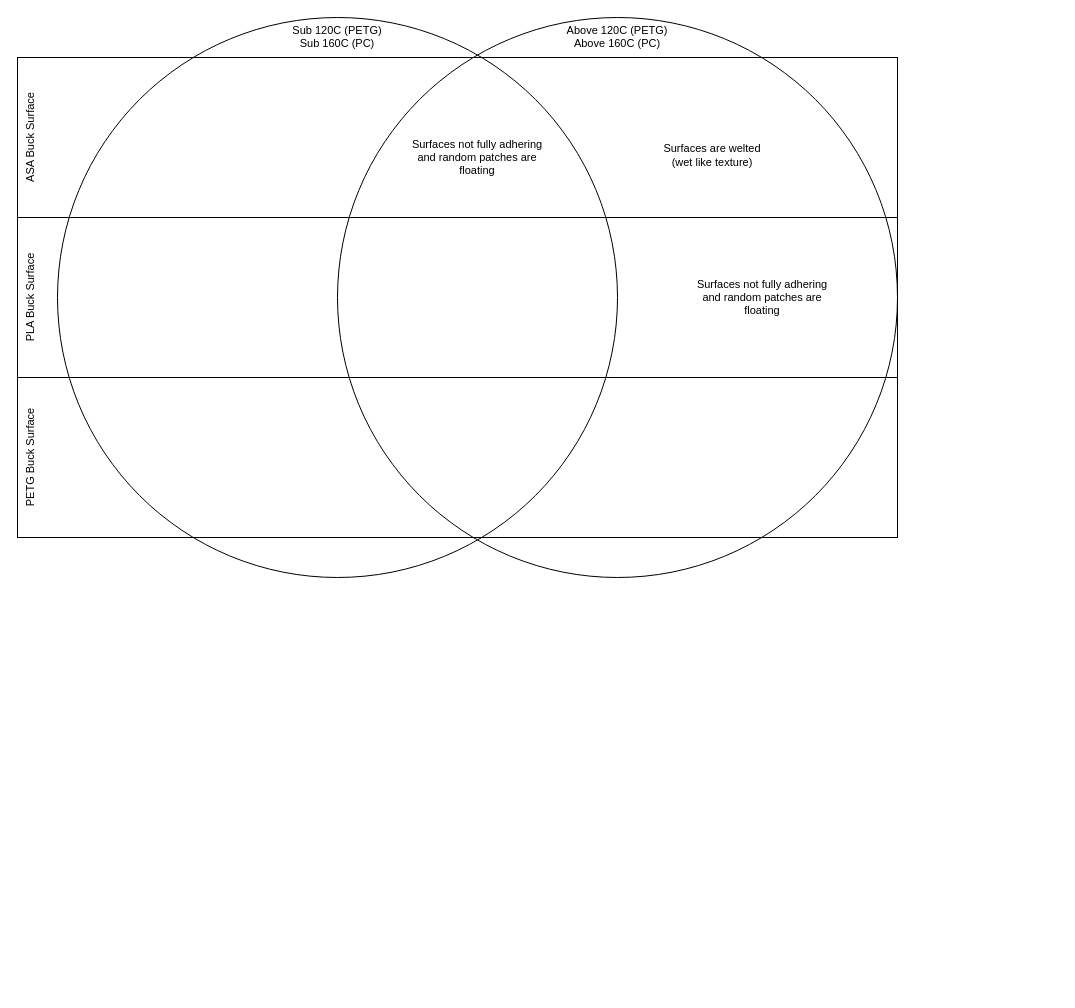
Above: page "Issues" (1 of 3) of Documents/Vacuum Forming Processes.drawio in Cyberspecies/Synth-Head (draw.io), before the change. Source tidied: cells renumbered, new cells numbered last; positions are measured from the earlier drawing's top-left corner, leaving out a move shared by most shapes. Both pictures are drawn from the tidied source at 100%, with x=0, y=0 at pixel (17, 17).
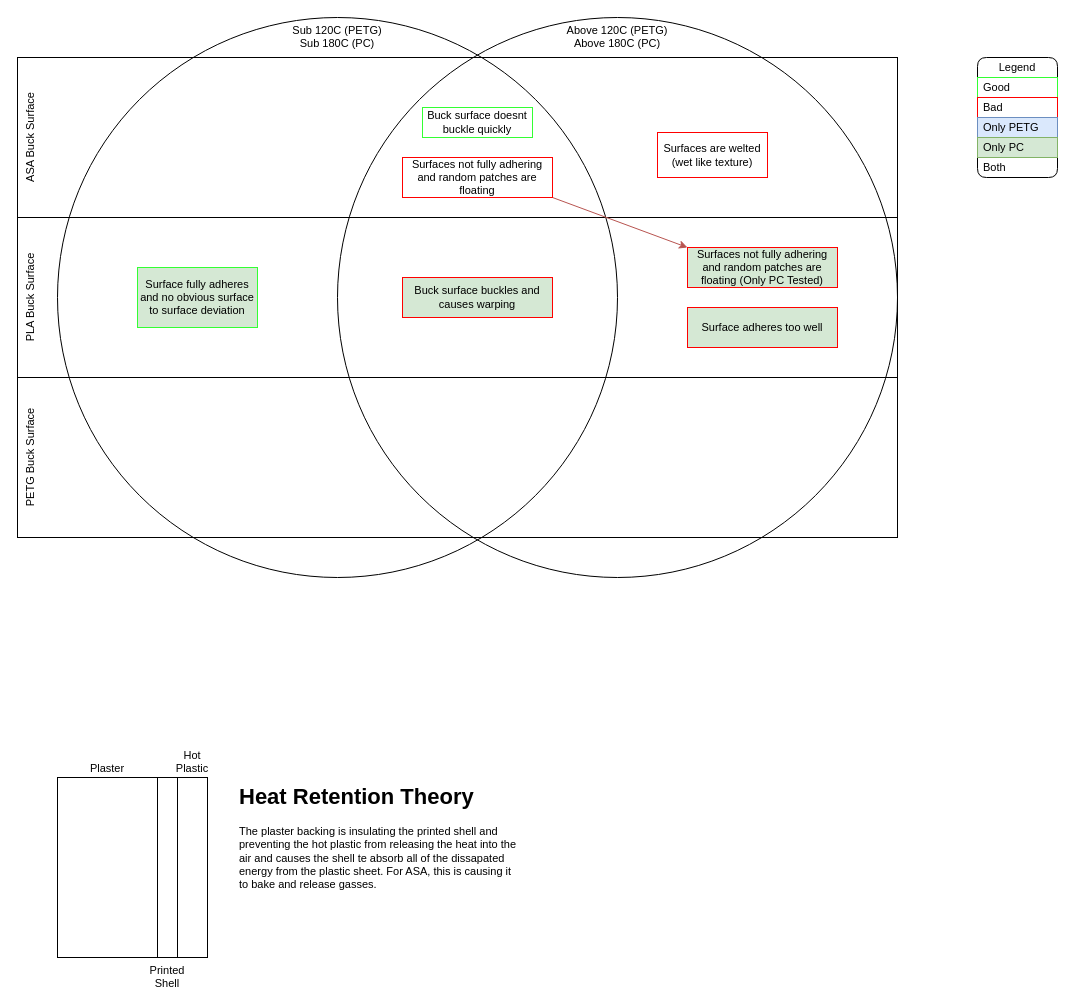
Above is the later version.

Commit message:
Added Error observations

What changed in the source:
```diff
@@
-    <mxCell id="5" value="Sub 120C (PETG)&lt;div&gt;Sub 160C (PC)&lt;/div&gt;" style="ellipse;whiteSpace=wrap;html=1;fontFamily=Helvetica;fontSize=11;fontColor=default;labelBackgroundColor=default;fillColor=none;verticalAlign=top;" parent="1" vertex="1">
+    <mxCell id="5" value="Sub 120C (PETG)&lt;div&gt;Sub 180C (PC)&lt;/div&gt;" style="ellipse;whiteSpace=wrap;html=1;fontFamily=Helvetica;fontSize=11;fontColor=default;labelBackgroundColor=default;fillColor=none;verticalAlign=top;" parent="1" vertex="1">
       <mxGeometry x="40" width="560" height="560" as="geometry" />
     </mxCell>
+    <mxCell id="10" value="Surface fully adheres and no obvious surface to surface deviation" style="rounded=0;whiteSpace=wrap;html=1;fontFamily=Helvetica;fontSize=11;labelBackgroundColor=none;strokeColor=#33FF33;fillColor=#d5e8d4;" parent="5" vertex="1">
+      <mxGeometry x="80" y="250" width="120" height="60" as="geometry" />
+    </mxCell>
-    <mxCell id="6" value="Above 120C (PETG)&lt;br&gt;Above 160C (PC)" style="ellipse;whiteSpace=wrap;html=1;fontFamily=Helvetica;fontSize=11;fontColor=default;labelBackgroundColor=default;fillColor=none;verticalAlign=top;" parent="1" vertex="1">
+    <mxCell id="6" value="Above 120C (PETG)&lt;br&gt;Above 180C (PC)" style="ellipse;whiteSpace=wrap;html=1;fontFamily=Helvetica;fontSize=11;fontColor=default;labelBackgroundColor=default;fillColor=none;verticalAlign=top;" parent="1" vertex="1">
       <mxGeometry x="320" width="560" height="560" as="geometry" />
     </mxCell>
+    <mxCell id="11" style="edgeStyle=none;shape=connector;rounded=0;jettySize=auto;html=1;exitX=1;exitY=1;exitDx=0;exitDy=0;entryX=0;entryY=0;entryDx=0;entryDy=0;strokeColor=#b85450;align=center;verticalAlign=middle;fontFamily=Helvetica;fontSize=11;fontColor=default;labelBackgroundColor=default;endArrow=classic;fillColor=#f8cecc;" parent="6" edge="1" source="7" target="9">
+      <mxGeometry relative="1" as="geometry" />
+    </mxCell>
-    <mxCell id="7" value="Surfaces not fully adhering and random patches are floating" style="text;html=1;whiteSpace=wrap;strokeColor=none;fillColor=none;align=center;verticalAlign=middle;rounded=0;fontFamily=Helvetica;fontSize=11;fontColor=default;labelBackgroundColor=default;" parent="6" vertex="1">
-      <mxGeometry x="65" y="120" width="150" height="40" as="geometry" />
+    <mxCell id="7" value="Surfaces not fully adhering and random patches are floating" style="text;html=1;whiteSpace=wrap;strokeColor=#FF0000;fillColor=none;align=center;verticalAlign=middle;rounded=0;fontFamily=Helvetica;fontSize=11;fontColor=default;labelBackgroundColor=none;" parent="6" vertex="1">
+      <mxGeometry x="65" y="140" width="150" height="40" as="geometry" />
     </mxCell>
-    <mxCell id="8" value="Surfaces are welted (wet like texture)" style="text;html=1;whiteSpace=wrap;strokeColor=none;fillColor=none;align=center;verticalAlign=middle;rounded=0;fontFamily=Helvetica;fontSize=11;fontColor=default;labelBackgroundColor=default;" parent="6" vertex="1">
+    <mxCell id="8" value="Surfaces are welted (wet like texture)" style="text;html=1;whiteSpace=wrap;strokeColor=#FF0000;fillColor=none;align=center;verticalAlign=middle;rounded=0;fontFamily=Helvetica;fontSize=11;fontColor=default;labelBackgroundColor=none;" parent="6" vertex="1">
       <mxGeometry x="320" y="115" width="110" height="45" as="geometry" />
     </mxCell>
-    <mxCell id="9" value="Surfaces not fully adhering and random patches are floating" style="text;html=1;whiteSpace=wrap;strokeColor=none;fillColor=none;align=center;verticalAlign=middle;rounded=0;fontFamily=Helvetica;fontSize=11;fontColor=default;labelBackgroundColor=default;" parent="6" vertex="1">
-      <mxGeometry x="350" y="260" width="150" height="40" as="geometry" />
+    <mxCell id="9" value="Surfaces not fully adhering and random patches are floating (Only PC Tested)" style="text;html=1;whiteSpace=wrap;strokeColor=#FF0000;fillColor=#d5e8d4;align=center;verticalAlign=middle;rounded=0;fontFamily=Helvetica;fontSize=11;labelBackgroundColor=none;" parent="6" vertex="1">
+      <mxGeometry x="350" y="230" width="150" height="40" as="geometry" />
     </mxCell>
+    <mxCell id="12" value="Buck surface doesnt buckle quickly" style="rounded=0;whiteSpace=wrap;html=1;fontFamily=Helvetica;fontSize=11;labelBackgroundColor=none;strokeColor=#33FF33;" parent="6" vertex="1">
+      <mxGeometry x="85" y="90" width="110" height="30" as="geometry" />
+    </mxCell>
+    <mxCell id="13" value="Buck surface buckles and causes warping" style="text;html=1;whiteSpace=wrap;strokeColor=#FF0000;fillColor=#d5e8d4;align=center;verticalAlign=middle;rounded=0;fontFamily=Helvetica;fontSize=11;labelBackgroundColor=none;" parent="6" vertex="1">
+      <mxGeometry x="65" y="260" width="150" height="40" as="geometry" />
+    </mxCell>
+    <mxCell id="14" value="Surface adheres too well" style="text;html=1;whiteSpace=wrap;strokeColor=#FF0000;fillColor=#d5e8d4;align=center;verticalAlign=middle;rounded=0;fontFamily=Helvetica;fontSize=11;labelBackgroundColor=none;" parent="6" vertex="1">
+      <mxGeometry x="350" y="290" width="150" height="40" as="geometry" />
+    </mxCell>
+    <mxCell id="15" value="Legend" style="swimlane;fontStyle=0;horizontal=1;startSize=20;whiteSpace=wrap;html=1;rounded=1;fontFamily=Helvetica;fontSize=11;fontColor=default;labelBackgroundColor=default;" parent="1" vertex="1">
+      <mxGeometry x="960" y="40" width="80" height="120" as="geometry" />
+    </mxCell>
+    <mxCell id="16" value="Good" style="text;strokeColor=#33FF33;fillColor=none;align=left;verticalAlign=middle;spacingLeft=4;spacingRight=4;overflow=hidden;whiteSpace=wrap;html=1;fontFamily=Helvetica;fontSize=11;fontColor=default;labelBackgroundColor=none;" parent="15" vertex="1">
+      <mxGeometry y="20" width="80" height="20" as="geometry" />
+    </mxCell>
+    <mxCell id="17" value="Bad" style="text;strokeColor=#FF0000;fillColor=none;align=left;verticalAlign=middle;spacingLeft=4;spacingRight=4;overflow=hidden;whiteSpace=wrap;html=1;fontFamily=Helvetica;fontSize=11;fontColor=default;labelBackgroundColor=none;" parent="15" vertex="1">
+      <mxGeometry y="40" width="80" height="20" as="geometry" />
+    </mxCell>
+    <mxCell id="18" value="Only PETG" style="text;strokeColor=#6c8ebf;fillColor=#dae8fc;align=left;verticalAlign=middle;spacingLeft=4;spacingRight=4;overflow=hidden;whiteSpace=wrap;html=1;fontFamily=Helvetica;fontSize=11;labelBackgroundColor=none;" parent="15" vertex="1">
+      <mxGeometry y="60" width="80" height="20" as="geometry" />
+    </mxCell>
+    <mxCell id="19" value="Only PC" style="text;strokeColor=#82b366;fillColor=#d5e8d4;align=left;verticalAlign=middle;spacingLeft=4;spacingRight=4;overflow=hidden;whiteSpace=wrap;html=1;fontFamily=Helvetica;fontSize=11;labelBackgroundColor=none;" parent="15" vertex="1">
+      <mxGeometry y="80" width="80" height="20" as="geometry" />
+    </mxCell>
+    <mxCell id="20" value="Both" style="text;strokeColor=none;fillColor=none;align=left;verticalAlign=middle;spacingLeft=4;spacingRight=4;overflow=hidden;whiteSpace=wrap;html=1;fontFamily=Helvetica;fontSize=11;fontColor=default;labelBackgroundColor=none;" parent="15" vertex="1">
+      <mxGeometry y="100" width="80" height="20" as="geometry" />
+    </mxCell>
+    <mxCell id="21" value="Hot Plastic" style="rounded=0;whiteSpace=wrap;html=1;fontFamily=Helvetica;fontSize=11;fontColor=default;labelBackgroundColor=default;verticalAlign=bottom;labelPosition=center;verticalLabelPosition=top;align=center;" parent="1" vertex="1">
+      <mxGeometry x="160" y="760" width="30" height="180" as="geometry" />
+    </mxCell>
+    <mxCell id="22" value="Printed Shell" style="rounded=0;whiteSpace=wrap;html=1;fontFamily=Helvetica;fontSize=11;fontColor=default;labelBackgroundColor=default;verticalAlign=top;labelPosition=center;verticalLabelPosition=bottom;align=center;" parent="1" vertex="1">
+      <mxGeometry x="140" y="760" width="20" height="180" as="geometry" />
+    </mxCell>
+    <mxCell id="23" value="Plaster" style="rounded=0;whiteSpace=wrap;html=1;fontFamily=Helvetica;fontSize=11;fontColor=default;labelBackgroundColor=default;verticalAlign=bottom;labelPosition=center;verticalLabelPosition=top;align=center;" parent="1" vertex="1">
+      <mxGeometry x="40" y="760" width="100" height="180" as="geometry" />
+    </mxCell>
+    <mxCell id="24" value="&lt;h1 style=&quot;margin-top: 0px;&quot;&gt;Heat Retention Theory&lt;/h1&gt;&lt;p&gt;The plaster backing is insulating the printed shell and preventing the hot plastic from releasing the heat into the air and causes the shell te absorb all of the dissapated energy from the plastic sheet. For ASA, this is causing it to bake and release gasses.&lt;/p&gt;" style="text;html=1;whiteSpace=wrap;overflow=hidden;rounded=0;fontFamily=Helvetica;fontSize=11;fontColor=default;labelBackgroundColor=default;" parent="1" vertex="1">
+      <mxGeometry x="220" y="760" width="280" height="120" as="geometry" />
+    </mxCell>
```
